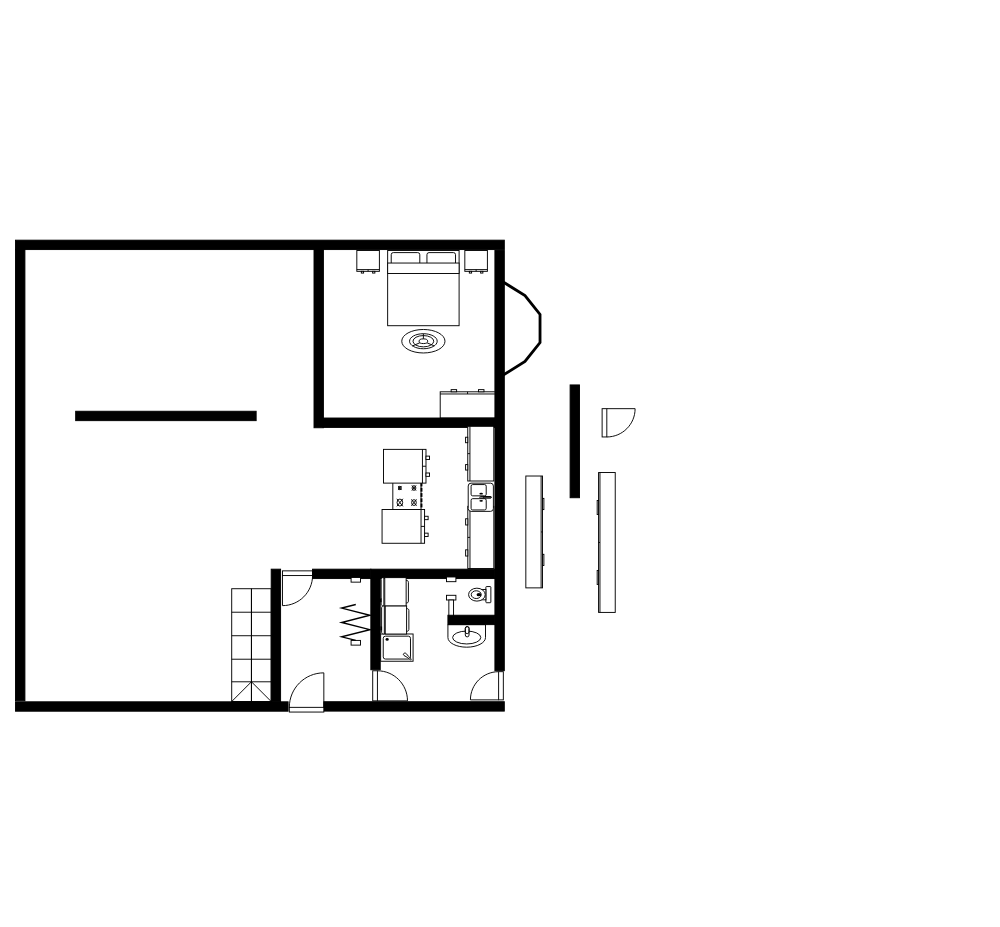
Above: page "Page-1" (1 of 2) of House.drawio in AlexProv/Draw (draw.io), before the change. Source tidied: cells renumbered, new cells numbered last; positions are measured from the earlier drawing's top-left corner, leaving out a move shared by most shapes. Both pictures are drawn from the tidied source at 94%, with x=0, y=0 at pixel (15, 240).
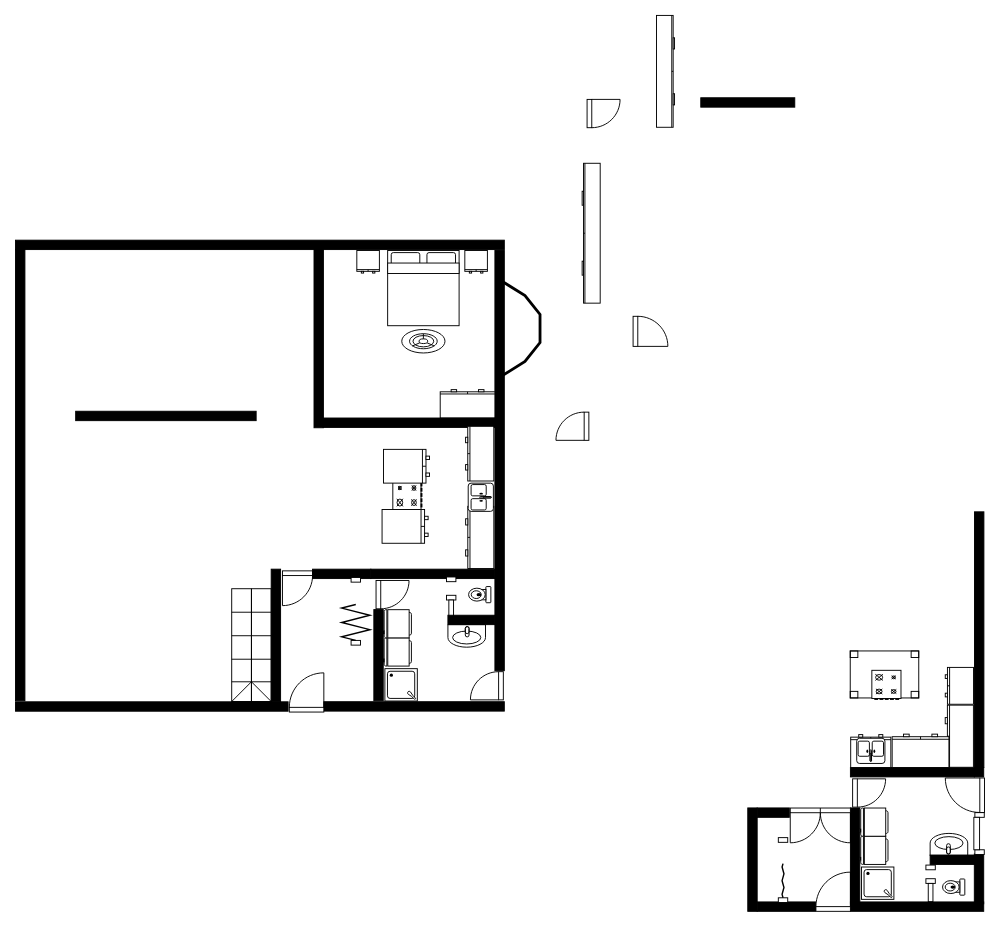
Above is the later version.

The edit, as a diff of the source:
```diff
@@
+    <mxCell id="43" style="verticalLabelPosition=bottom;html=1;verticalAlign=top;align=center;shape=mxgraph.floorplan.table;rotation=0;" parent="1" vertex="1">
+      <mxGeometry x="888" y="437" width="72.9" height="50" as="geometry" />
+    </mxCell>
@@
     <mxCell id="8" style="verticalLabelPosition=bottom;html=1;verticalAlign=top;align=center;shape=mxgraph.floorplan.wall;fillColor=strokeColor;direction=south;" parent="1" vertex="1">
-      <mxGeometry x="378" y="360" width="10" height="97" as="geometry" />
+      <mxGeometry x="381.2" y="393" width="10" height="97" as="geometry" />
     </mxCell>
     <mxCell id="9" style="verticalLabelPosition=bottom;html=1;verticalAlign=top;align=center;shape=mxgraph.floorplan.shower2;rotation=90;" parent="1" vertex="1">
-      <mxGeometry x="391.2" y="416.2" width="29" height="34.5" as="geometry" />
+      <mxGeometry x="393" y="455.8" width="34.4" height="34.5" as="geometry" />
     </mxCell>
     <mxCell id="10" style="verticalLabelPosition=bottom;html=1;verticalAlign=top;align=center;shape=mxgraph.floorplan.refrigerator;rotation=90;" parent="1" vertex="1">
-      <mxGeometry x="388.5" y="389" width="30" height="30" as="geometry" />
+      <mxGeometry x="391.2" y="423.1" width="30" height="30" as="geometry" />
     </mxCell>
     <mxCell id="11" style="verticalLabelPosition=bottom;html=1;verticalAlign=top;align=center;shape=mxgraph.floorplan.refrigerator;rotation=90;" parent="1" vertex="1">
-      <mxGeometry x="388" y="359" width="30" height="30" as="geometry" />
+      <mxGeometry x="391.2" y="393.1" width="30" height="30" as="geometry" />
     </mxCell>
@@
     <mxCell id="14" style="verticalLabelPosition=bottom;html=1;verticalAlign=top;align=center;shape=mxgraph.floorplan.doorRight;rotation=-90;" parent="1" vertex="1">
-      <mxGeometry x="625" y="178.3" width="30.1" height="32" as="geometry" />
+      <mxGeometry x="609" y="-150.7" width="30.1" height="32" as="geometry" />
     </mxCell>
     <mxCell id="15" style="verticalLabelPosition=bottom;html=1;verticalAlign=top;align=center;shape=mxgraph.floorplan.doorLeft;rotation=-90;" parent="1" vertex="1">
-      <mxGeometry x="381" y="457.1" width="32" height="34" as="geometry" />
+      <mxGeometry x="658" y="80" width="32" height="34" as="geometry" />
     </mxCell>
@@
     <mxCell id="27" style="verticalLabelPosition=bottom;html=1;verticalAlign=top;align=center;shape=mxgraph.floorplan.wall;fillColor=strokeColor;direction=south;" parent="1" vertex="1">
-      <mxGeometry x="590" y="154" width="10" height="120" as="geometry" />
+      <mxGeometry x="1020" y="653" width="10" height="53" as="geometry" />
     </mxCell>
     <mxCell id="28" style="verticalLabelPosition=bottom;html=1;verticalAlign=top;align=center;shape=mxgraph.floorplan.dresser;rotation=90;" parent="1" vertex="1">
-      <mxGeometry x="554" y="312" width="148.8" height="19.2" as="geometry" />
+      <mxGeometry x="538" y="-17" width="148.8" height="19.2" as="geometry" />
     </mxCell>
@@
     <mxCell id="32" style="verticalLabelPosition=bottom;html=1;verticalAlign=top;align=center;shape=mxgraph.floorplan.dresser;rotation=-90;" parent="1" vertex="1">
-      <mxGeometry x="493" y="300.8" width="119" height="19.2" as="geometry" />
+      <mxGeometry x="632" y="-189.2" width="119" height="19.2" as="geometry" />
     </mxCell>
@@
+    <mxCell id="44" style="verticalLabelPosition=bottom;html=1;verticalAlign=top;align=center;shape=mxgraph.floorplan.wall;fillColor=strokeColor;" parent="1" vertex="1">
+      <mxGeometry x="729" y="-163" width="100" height="33" as="geometry" />
+    </mxCell>
+    <mxCell id="45" style="verticalLabelPosition=bottom;html=1;verticalAlign=top;align=center;shape=mxgraph.floorplan.doorRight;rotation=-90;" parent="1" vertex="1">
+      <mxGeometry x="384.5" y="361.1" width="30.1" height="32" as="geometry" />
+    </mxCell>
+    <mxCell id="46" style="verticalLabelPosition=bottom;html=1;verticalAlign=top;align=center;shape=mxgraph.floorplan.doorRight;rotation=90;" parent="1" vertex="1">
+      <mxGeometry x="579" y="182" width="30" height="31.9" as="geometry" />
+    </mxCell>
+    <mxCell id="47" style="verticalLabelPosition=bottom;html=1;verticalAlign=top;align=center;shape=mxgraph.floorplan.wall;fillColor=strokeColor;" parent="1" vertex="1">
+      <mxGeometry x="888.2" y="561" width="132" height="10" as="geometry" />
+    </mxCell>
+    <mxCell id="48" style="verticalLabelPosition=bottom;html=1;verticalAlign=top;align=center;shape=mxgraph.floorplan.wall;fillColor=strokeColor;direction=south;" parent="1" vertex="1">
+      <mxGeometry x="888.2" y="604" width="10" height="102" as="geometry" />
+    </mxCell>
+    <mxCell id="49" style="verticalLabelPosition=bottom;html=1;verticalAlign=top;align=center;shape=mxgraph.floorplan.shower2;rotation=90;" parent="1" vertex="1">
+      <mxGeometry x="900" y="666.8" width="34.4" height="34.5" as="geometry" />
+    </mxCell>
+    <mxCell id="50" style="verticalLabelPosition=bottom;html=1;verticalAlign=top;align=center;shape=mxgraph.floorplan.refrigerator;rotation=90;" parent="1" vertex="1">
+      <mxGeometry x="898.2" y="634.1" width="30" height="30" as="geometry" />
+    </mxCell>
+    <mxCell id="51" style="verticalLabelPosition=bottom;html=1;verticalAlign=top;align=center;shape=mxgraph.floorplan.refrigerator;rotation=90;" parent="1" vertex="1">
+      <mxGeometry x="898.2" y="604.1" width="30" height="30" as="geometry" />
+    </mxCell>
+    <mxCell id="52" style="verticalLabelPosition=bottom;html=1;verticalAlign=top;align=center;shape=mxgraph.floorplan.sink_1;rotation=-180;" parent="1" vertex="1">
+      <mxGeometry x="973" y="631.1" width="40" height="24" as="geometry" />
+    </mxCell>
+    <mxCell id="53" style="verticalLabelPosition=bottom;html=1;verticalAlign=top;align=center;shape=mxgraph.floorplan.toilet;rotation=0;direction=south;" parent="1" vertex="1">
+      <mxGeometry x="986.2" y="679.6" width="23.7" height="17.2" as="geometry" />
+    </mxCell>
+    <mxCell id="54" style="verticalLabelPosition=bottom;html=1;verticalAlign=top;align=center;shape=mxgraph.floorplan.doorPocket;dx=0.5;rotation=-90;" parent="1" vertex="1">
+      <mxGeometry x="954" y="684" width="39" height="0.6" as="geometry" />
+    </mxCell>
+    <mxCell id="55" style="verticalLabelPosition=bottom;html=1;verticalAlign=top;align=center;shape=mxgraph.floorplan.wall;fillColor=strokeColor;" parent="1" vertex="1">
+      <mxGeometry x="973" y="649.1" width="50" height="20" as="geometry" />
+    </mxCell>
+    <mxCell id="56" style="verticalLabelPosition=bottom;html=1;verticalAlign=top;align=center;shape=mxgraph.floorplan.doorRight;rotation=-90;" parent="1" vertex="1">
+      <mxGeometry x="891.5" y="572.1" width="30.1" height="32" as="geometry" />
+    </mxCell>
+    <mxCell id="57" style="verticalLabelPosition=bottom;html=1;verticalAlign=top;align=center;shape=mxgraph.floorplan.doorOverhead;rotation=-90;" parent="1" vertex="1">
+      <mxGeometry x="1002.8" y="625.7" width="44.5" height="11.1" as="geometry" />
+    </mxCell>
+    <mxCell id="58" style="verticalLabelPosition=bottom;html=1;verticalAlign=top;align=center;shape=mxgraph.floorplan.wall;fillColor=strokeColor;" parent="1" vertex="1">
+      <mxGeometry x="888.2" y="704" width="141.8" height="10" as="geometry" />
+    </mxCell>
+    <mxCell id="59" style="verticalLabelPosition=bottom;html=1;verticalAlign=top;align=center;shape=mxgraph.floorplan.doorLeft;rotation=-180;" parent="1" vertex="1">
+      <mxGeometry x="851.5" y="675" width="36.7" height="39" as="geometry" />
+    </mxCell>
+    <mxCell id="60" style="verticalLabelPosition=bottom;html=1;verticalAlign=top;align=center;shape=mxgraph.floorplan.doorDouble;" parent="1" vertex="1">
+      <mxGeometry x="824.2" y="604.1" width="64" height="34" as="geometry" />
+    </mxCell>
+    <mxCell id="61" style="verticalLabelPosition=bottom;html=1;verticalAlign=top;align=center;shape=mxgraph.floorplan.wall;fillColor=strokeColor;" parent="1" vertex="1">
+      <mxGeometry x="789" y="704" width="62" height="10" as="geometry" />
+    </mxCell>
+    <mxCell id="62" style="verticalLabelPosition=bottom;html=1;verticalAlign=top;align=center;shape=mxgraph.floorplan.wall;fillColor=strokeColor;" parent="1" vertex="1">
+      <mxGeometry x="789" y="601" width="34.2" height="16" as="geometry" />
+    </mxCell>
+    <mxCell id="63" style="verticalLabelPosition=bottom;html=1;verticalAlign=top;align=center;shape=mxgraph.floorplan.doorAccordion;dx=0.6;rotation=-90;" parent="1" vertex="1">
+      <mxGeometry x="782" y="669.1" width="69" height="2" as="geometry" />
+    </mxCell>
+    <mxCell id="64" style="verticalLabelPosition=bottom;html=1;verticalAlign=top;align=center;shape=mxgraph.floorplan.wall;fillColor=strokeColor;direction=south;" parent="1" vertex="1">
+      <mxGeometry x="779" y="604" width="10" height="110" as="geometry" />
+    </mxCell>
+    <mxCell id="65" style="verticalLabelPosition=bottom;html=1;verticalAlign=top;align=center;shape=mxgraph.floorplan.wall;fillColor=strokeColor;direction=south;" parent="1" vertex="1">
+      <mxGeometry x="1020" y="561" width="10" height="10" as="geometry" />
+    </mxCell>
+    <mxCell id="66" style="verticalLabelPosition=bottom;html=1;verticalAlign=top;align=center;shape=mxgraph.floorplan.doorLeft;rotation=90;" parent="1" vertex="1">
+      <mxGeometry x="993" y="571" width="36.7" height="39" as="geometry" />
+    </mxCell>
+    <mxCell id="67" style="verticalLabelPosition=bottom;html=1;verticalAlign=top;align=center;shape=mxgraph.floorplan.range_1;rotation=0;" parent="1" vertex="1">
+      <mxGeometry x="911" y="457.6" width="31" height="31" as="geometry" />
+    </mxCell>
+    <mxCell id="68" style="verticalLabelPosition=bottom;html=1;verticalAlign=top;align=center;shape=mxgraph.floorplan.dresser;rotation=90;" parent="1" vertex="1">
+      <mxGeometry x="971" y="512.7" width="66.1" height="30" as="geometry" />
+    </mxCell>
+    <mxCell id="69" style="verticalLabelPosition=bottom;html=1;verticalAlign=top;align=center;shape=mxgraph.floorplan.dresser;rotation=-180;" parent="1" vertex="1">
+      <mxGeometry x="932.6" y="525.5" width="60.4" height="35.5" as="geometry" />
+    </mxCell>
+    <mxCell id="70" style="verticalLabelPosition=bottom;html=1;verticalAlign=top;align=center;shape=mxgraph.floorplan.dresser;rotation=-180;" parent="1" vertex="1">
+      <mxGeometry x="888.5" y="526" width="42.7" height="35" as="geometry" />
+    </mxCell>
+    <mxCell id="71" style="verticalLabelPosition=bottom;html=1;verticalAlign=top;align=center;shape=mxgraph.floorplan.dresser;rotation=90;" parent="1" vertex="1">
+      <mxGeometry x="984.5" y="459.1" width="39.2" height="30" as="geometry" />
+    </mxCell>
+    <mxCell id="72" style="verticalLabelPosition=bottom;html=1;verticalAlign=top;align=center;shape=mxgraph.floorplan.wall;fillColor=strokeColor;direction=south;" parent="1" vertex="1">
+      <mxGeometry x="1020.2" y="289" width="10" height="272" as="geometry" />
+    </mxCell>
+    <mxCell id="73" style="verticalLabelPosition=bottom;html=1;verticalAlign=top;align=center;shape=mxgraph.floorplan.sink_double2;rotation=-180;" parent="1" vertex="1">
+      <mxGeometry x="894.9" y="529.9" width="30" height="26.8" as="geometry" />
+    </mxCell>
```
